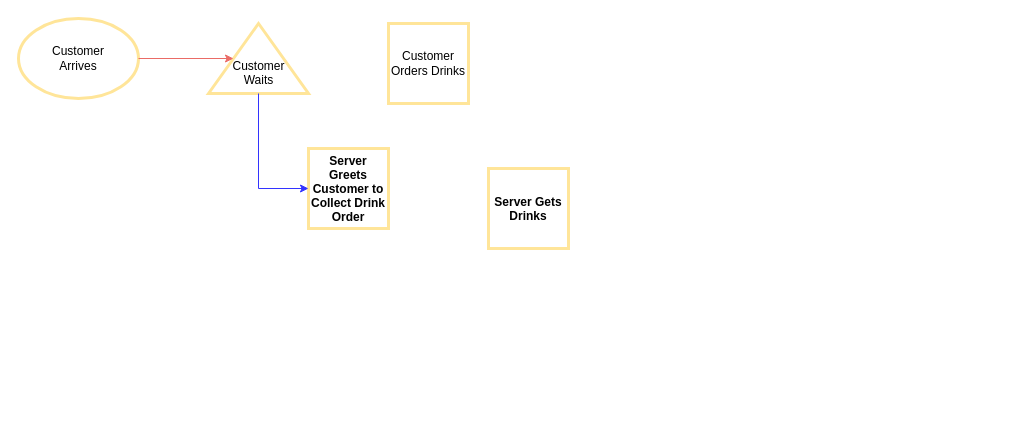
Above: OliversDiner.drawio in FrankArchitect/MBA (draw.io), before the change. Source tidied: cells renumbered, new cells numbered last; positions are measured from the earlier drawing's top-left corner, leaving out a move shared by most shapes. Both pictures are drawn from the tidied source at 100%, with x=0, y=0 at pixel (18, 18).
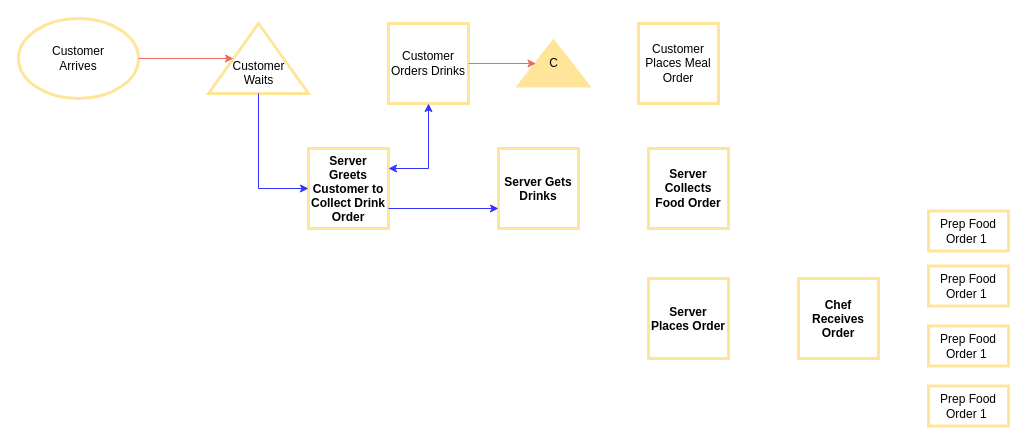
After the change.

Unchanged cells that the change refers to:
```xml
<mxCell id="4" value="&lt;p style=&quot;line-height: normal ; margin: 0pt 0in ; text-indent: 0in ; direction: ltr ; unicode-bidi: embed ; vertical-align: baseline ; word-break: normal&quot;&gt;&lt;span style=&quot;font-size: 9pt ; font-family: &amp;#34;calibri&amp;#34; ; font-weight: bold ; vertical-align: baseline&quot;&gt;Server&lt;br/&gt;&lt;/span&gt;&lt;span style=&quot;font-size: 9pt ; font-family: &amp;#34;calibri&amp;#34; ; font-weight: bold&quot;&gt;Greets&lt;br/&gt;Customer to Collect Drink Order&lt;/span&gt;&lt;/p&gt;" style="whiteSpace=wrap;html=1;strokeColor=#FFE599;strokeWidth=3;" parent="1" vertex="1">
  <mxGeometry x="290" y="130" width="80" height="80" as="geometry" />
</mxCell>
<mxCell id="5" value="Customer&lt;br&gt;Orders Drinks" style="whiteSpace=wrap;strokeColor=#FFE599;strokeWidth=3;html=1;" parent="1" vertex="1">
  <mxGeometry x="370" y="5" width="80" height="80" as="geometry" />
</mxCell>
```

Diff of the diagram source:
```diff
@@
     <mxCell id="6" value="&lt;p style=&quot;line-height: normal ; margin: 0pt 0in ; text-indent: 0in ; direction: ltr ; unicode-bidi: embed ; vertical-align: baseline ; word-break: normal&quot;&gt;&lt;font face=&quot;calibri&quot;&gt;&lt;b&gt;Server Gets&lt;/b&gt;&lt;/font&gt;&lt;/p&gt;&lt;p style=&quot;line-height: normal ; margin: 0pt 0in ; text-indent: 0in ; direction: ltr ; unicode-bidi: embed ; vertical-align: baseline ; word-break: normal&quot;&gt;&lt;font face=&quot;calibri&quot;&gt;&lt;b&gt;Drinks&lt;/b&gt;&lt;/font&gt;&lt;/p&gt;" style="whiteSpace=wrap;html=1;strokeColor=#FFE599;strokeWidth=3;" parent="1" vertex="1">
-      <mxGeometry x="470" y="150" width="80" height="80" as="geometry" />
+      <mxGeometry x="480" y="130" width="80" height="80" as="geometry" />
     </mxCell>
@@
+    <mxCell id="9" style="endArrow=classic;html=1;rounded=0;strokeColor=#3333FF;entryX=1;entryY=0.25;entryDx=0;entryDy=0;edgeStyle=orthogonalEdgeStyle;exitX=0.5;exitY=1;exitDx=0;exitDy=0;startArrow=classic;startFill=1;" parent="1" edge="1" source="5" target="4">
+      <mxGeometry relative="1" as="geometry" />
+    </mxCell>
+    <mxCell id="10" style="endArrow=classic;html=1;rounded=0;strokeColor=#3333FF;entryX=0;entryY=0.75;entryDx=0;entryDy=0;exitX=1;exitY=0.75;exitDx=0;exitDy=0;" parent="1" edge="1" source="4" target="6">
+      <mxGeometry relative="1" as="geometry" />
+    </mxCell>
+    <mxCell id="11" value="C" style="verticalLabelPosition=middle;verticalAlign=middle;html=1;shape=mxgraph.basic.acute_triangle;dx=0.5;strokeWidth=3;strokeColor=#FFE599;labelPosition=center;align=center;fillColor=#FFE599;" parent="1" vertex="1">
+      <mxGeometry x="500" y="22.5" width="70" height="45" as="geometry" />
+    </mxCell>
+    <mxCell id="12" style="endArrow=classic;html=1;rounded=0;strokeColor=#EA6B66;entryX=0;entryY=0;entryDx=17.5;entryDy=22.5;entryPerimeter=0;exitX=1;exitY=0.5;exitDx=0;exitDy=0;" parent="1" edge="1" source="5" target="11">
+      <mxGeometry relative="1" as="geometry" />
+    </mxCell>
+    <mxCell id="13" value="Customer&lt;br&gt;Places Meal Order" style="whiteSpace=wrap;strokeColor=#FFE599;strokeWidth=3;html=1;" parent="1" vertex="1">
+      <mxGeometry x="620" y="5" width="80" height="80" as="geometry" />
+    </mxCell>
+    <mxCell id="14" value="&lt;p style=&quot;margin-top: 0pt ; margin-bottom: 0pt ; margin-left: 0in ; direction: ltr ; unicode-bidi: embed ; vertical-align: baseline ; word-break: normal&quot;&gt;&lt;span style=&quot;font-size: 9pt ; font-family: &amp;#34;calibri&amp;#34; ; font-weight: bold ; vertical-align: baseline&quot;&gt;Server&lt;br/&gt;&lt;/span&gt;&lt;span style=&quot;font-size: 9pt ; font-family: &amp;#34;calibri&amp;#34; ; font-weight: bold&quot;&gt;Collects&lt;br/&gt;Food&amp;nbsp;Order&lt;/span&gt;&lt;/p&gt;" style="whiteSpace=wrap;strokeColor=#FFE599;strokeWidth=3;html=1;" parent="1" vertex="1">
+      <mxGeometry x="630" y="130" width="80" height="80" as="geometry" />
+    </mxCell>
+    <mxCell id="15" value="&lt;p style=&quot;line-height: normal ; margin: 0pt 0in ; text-indent: 0in ; direction: ltr ; unicode-bidi: embed ; vertical-align: baseline ; word-break: normal&quot;&gt;&lt;span style=&quot;font-size: 9pt ; font-family: &amp;#34;calibri&amp;#34; ; font-weight: bold ; vertical-align: baseline&quot;&gt;Server&lt;br/&gt;Places Order&lt;/span&gt;&lt;/p&gt;" style="whiteSpace=wrap;strokeColor=#FFE599;strokeWidth=3;html=1;" parent="1" vertex="1">
+      <mxGeometry x="630" y="260" width="80" height="80" as="geometry" />
+    </mxCell>
+    <mxCell id="16" value="&lt;p style=&quot;line-height: normal ; margin: 0pt 0in ; text-indent: 0in ; direction: ltr ; unicode-bidi: embed ; vertical-align: baseline ; word-break: normal&quot;&gt;&lt;span style=&quot;font-size: 9pt ; font-family: &amp;#34;calibri&amp;#34; ; font-weight: bold ; vertical-align: baseline&quot;&gt;Chef&lt;br/&gt;Receives Order&lt;/span&gt;&lt;/p&gt;" style="whiteSpace=wrap;strokeColor=#FFE599;strokeWidth=3;html=1;" parent="1" vertex="1">
+      <mxGeometry x="780" y="260" width="80" height="80" as="geometry" />
+    </mxCell>
+    <mxCell id="17" value="Prep Food Order 1 " style="rounded=0;whiteSpace=wrap;strokeColor=#FFE599;strokeWidth=3;fillColor=none;html=1;" parent="1" vertex="1">
+      <mxGeometry x="910" y="192.5" width="80" height="40" as="geometry" />
+    </mxCell>
+    <mxCell id="18" value="Prep Food Order 1 " style="rounded=0;whiteSpace=wrap;strokeColor=#FFE599;strokeWidth=3;fillColor=none;html=1;" parent="1" vertex="1">
+      <mxGeometry x="910" y="247.5" width="80" height="40" as="geometry" />
+    </mxCell>
+    <mxCell id="19" value="Prep Food Order 1 " style="rounded=0;whiteSpace=wrap;strokeColor=#FFE599;strokeWidth=3;fillColor=none;html=1;" parent="1" vertex="1">
+      <mxGeometry x="910" y="307.5" width="80" height="40" as="geometry" />
+    </mxCell>
+    <mxCell id="20" value="Prep Food Order 1 " style="rounded=0;whiteSpace=wrap;strokeColor=#FFE599;strokeWidth=3;fillColor=none;html=1;" parent="1" vertex="1">
+      <mxGeometry x="910" y="367.5" width="80" height="40" as="geometry" />
+    </mxCell>
```
